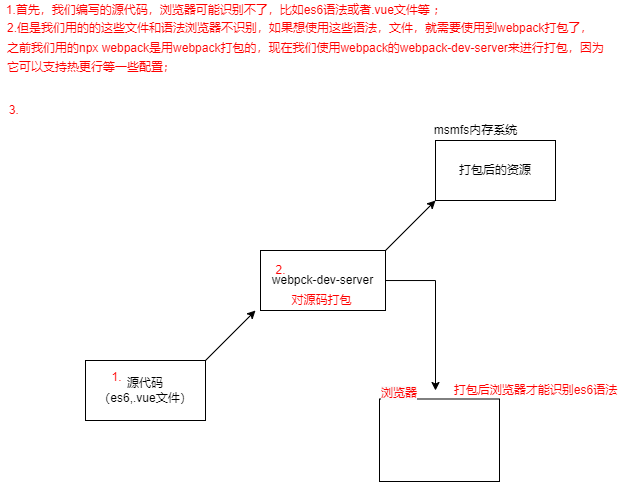
Before: 前端学习思维导图/devServer打包流程.drawio.png, a diagram exported from draw.io (PrivateCodeWorld/learning-notes). Source tidied: cells renumbered, new cells last; positions are measured from the earlier drawing's top-left corner, leaving out a move shared by most shapes.
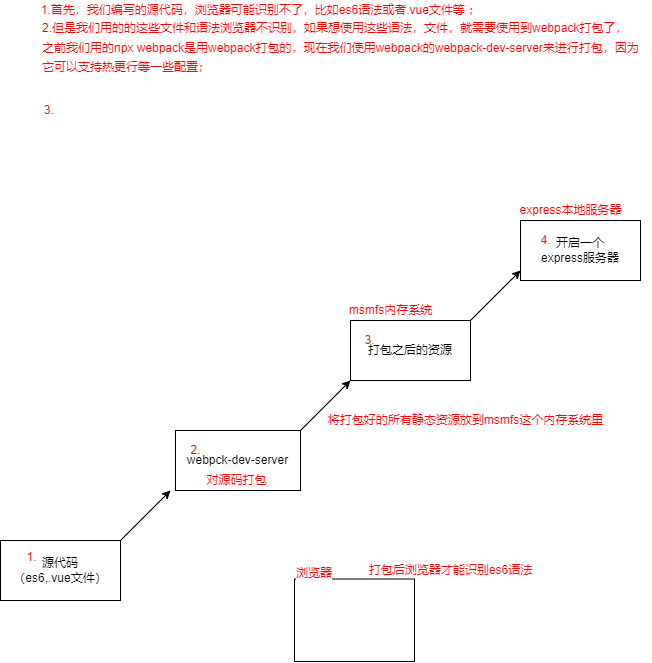
The same file after the commit.

Commit message:
更新devServer打包流程.drawio.png

Diff of the diagram source:
```diff
@@ -6,13 +6,13 @@
       <mxGeometry x="85" y="360" width="120" height="60" as="geometry" />
     </mxCell>
     <mxCell id="3" value="&lt;font color=&quot;#ff0000&quot;&gt;1.首先，我们编写的源代码，浏览器可能识别不了，比如es6语法或者.vue文件等 ；&lt;/font&gt;" style="text;html=1;align=center;verticalAlign=middle;strokeColor=none;fillColor=none;" parent="1" vertex="1">
-      <mxGeometry width="450" height="20" as="geometry" />
+      <mxGeometry x="120" y="-180" width="450" height="20" as="geometry" />
     </mxCell>
     <mxCell id="4" value="&lt;font style=&quot;font-size: 12px&quot;&gt;&lt;sup&gt;2.但是我们用的的这些文件和语法浏览器不识别，如果想使用这些语法，文件，就需要使用到webpack打包了，&lt;br&gt;之前我们用的npx webpack是用webpack打包的，现在我们使用webpack的webpack-dev-server来进行打包，因为&lt;br&gt;它可以支持热更行等一些配置；&lt;/sup&gt;&lt;/font&gt;" style="text;html=1;align=left;verticalAlign=middle;strokeColor=none;fillColor=none;fontColor=#FF0000;" parent="1" vertex="1">
-      <mxGeometry x="5" y="20" width="610" height="60" as="geometry" />
+      <mxGeometry x="125" y="-160" width="610" height="60" as="geometry" />
     </mxCell>
     <mxCell id="5" value="3.&amp;nbsp;" style="text;html=1;align=center;verticalAlign=middle;strokeColor=none;fillColor=none;fontColor=#FF0000;" parent="1" vertex="1">
-      <mxGeometry y="100" width="30" height="20" as="geometry" />
+      <mxGeometry x="120" y="-80" width="30" height="20" as="geometry" />
     </mxCell>
     <mxCell id="6" value="&lt;span&gt;1.&lt;/span&gt;" style="text;html=1;align=center;verticalAlign=middle;strokeColor=none;fillColor=none;fontColor=#FF0000;" parent="1" vertex="1">
       <mxGeometry x="101" y="367" width="30" height="20" as="geometry" />
@@ -35,15 +35,10 @@
     <mxCell id="11" value="对源码打包" style="text;html=1;align=center;verticalAlign=middle;strokeColor=none;fillColor=none;fontColor=#FF0000;" parent="8" vertex="1">
       <mxGeometry x="20.8" y="40" width="80" height="20" as="geometry" />
     </mxCell>
-    <mxCell id="12" style="edgeStyle=orthogonalEdgeStyle;rounded=0;jettySize=auto;html=1;fontSize=12;fontColor=#000000;" parent="1" edge="1" source="9">
-      <mxGeometry relative="1" as="geometry">
-        <mxPoint x="435" y="390" as="targetPoint" />
-      </mxGeometry>
-    </mxCell>
     <mxCell id="13" value="&lt;font color=&quot;#ff0000&quot;&gt;打包后浏览器才能识别es6语法&lt;/font&gt;" style="text;html=1;align=center;verticalAlign=middle;strokeColor=none;fillColor=none;fontSize=12;fontColor=#000000;" parent="1" vertex="1">
       <mxGeometry x="445" y="380" width="180" height="20" as="geometry" />
     </mxCell>
-    <mxCell id="14" value="&lt;font color=&quot;#000000&quot;&gt;打包后的资源&lt;/font&gt;" style="whiteSpace=wrap;html=1;fontSize=12;fontColor=#FF0000;" parent="1" vertex="1">
+    <mxCell id="14" value="&lt;font color=&quot;#000000&quot;&gt;打包之后的资源&lt;/font&gt;" style="whiteSpace=wrap;html=1;fontSize=12;fontColor=#FF0000;" parent="1" vertex="1">
       <mxGeometry x="435" y="140" width="120" height="60" as="geometry" />
     </mxCell>
     <mxCell id="15" style="endArrow=classic;html=1;rounded=0;fontSize=12;fontColor=#000000;" parent="1" edge="1">
@@ -52,7 +47,7 @@
         <mxPoint x="435" y="200" as="targetPoint" />
       </mxGeometry>
     </mxCell>
-    <mxCell id="16" value="msmfs内存系统" style="text;html=1;align=center;verticalAlign=middle;strokeColor=none;fillColor=none;fontSize=12;fontColor=#000000;" parent="1" vertex="1">
+    <mxCell id="16" value="&lt;font color=&quot;#ff0000&quot;&gt;msmfs内存系统&lt;/font&gt;" style="text;html=1;align=center;verticalAlign=middle;strokeColor=none;fillColor=none;fontSize=12;fontColor=#000000;" parent="1" vertex="1">
       <mxGeometry x="425" y="120" width="100" height="20" as="geometry" />
     </mxCell>
     <mxCell id="17" style="whiteSpace=wrap;html=1;fontSize=12;fontColor=#FF0000;" parent="1" vertex="1">
@@ -61,5 +56,26 @@
     <mxCell id="18" value="&lt;span style=&quot;font-family: &amp;#34;helvetica&amp;#34; ; font-size: 12px ; font-style: normal ; font-weight: 400 ; letter-spacing: normal ; text-align: center ; text-indent: 0px ; text-transform: none ; word-spacing: 0px ; background-color: rgb(248 , 249 , 250) ; display: inline ; float: none&quot;&gt;浏览器&lt;/span&gt;" style="text;whiteSpace=wrap;html=1;fontSize=12;fontColor=#FF0000;" parent="1" vertex="1">
       <mxGeometry x="379" y="378.8" width="60" height="41.2" as="geometry" />
     </mxCell>
+    <mxCell id="19" value="3." style="text;html=1;align=center;verticalAlign=middle;strokeColor=none;fillColor=none;fontSize=12;fontColor=#FF0000;" parent="1" vertex="1">
+      <mxGeometry x="439" y="150" width="30" height="20" as="geometry" />
+    </mxCell>
+    <mxCell id="20" value="将打包好的所有静态资源放到msmfs这个内存系统里" style="text;html=1;align=center;verticalAlign=middle;strokeColor=none;fillColor=none;fontSize=12;fontColor=#FF0000;" parent="1" vertex="1">
+      <mxGeometry x="405" y="230" width="290" height="20" as="geometry" />
+    </mxCell>
+    <mxCell id="21" style="endArrow=classic;html=1;rounded=0;fontSize=12;fontColor=#FF0000;" parent="1" edge="1">
+      <mxGeometry relative="1" as="geometry">
+        <mxPoint x="555" y="140" as="sourcePoint" />
+        <mxPoint x="605" y="90" as="targetPoint" />
+      </mxGeometry>
+    </mxCell>
+    <mxCell id="22" value="&lt;font color=&quot;#000000&quot;&gt;开启一个&lt;br&gt;express服务器&lt;/font&gt;" style="whiteSpace=wrap;html=1;fontSize=12;fontColor=#FF0000;" parent="1" vertex="1">
+      <mxGeometry x="605" y="40" width="120" height="60" as="geometry" />
+    </mxCell>
+    <mxCell id="23" value="&lt;font color=&quot;#ff0000&quot;&gt;4.&lt;/font&gt;" style="text;html=1;align=center;verticalAlign=middle;strokeColor=none;fillColor=none;fontSize=12;fontColor=#000000;" parent="1" vertex="1">
+      <mxGeometry x="615" y="50" width="30" height="20" as="geometry" />
+    </mxCell>
+    <mxCell id="24" value="express本地服务器" style="text;html=1;align=center;verticalAlign=middle;strokeColor=none;fillColor=none;fontSize=12;fontColor=#FF0000;" parent="1" vertex="1">
+      <mxGeometry x="595" y="20" width="120" height="20" as="geometry" />
+    </mxCell>
   </root>
 </mxGraphModel>
```
